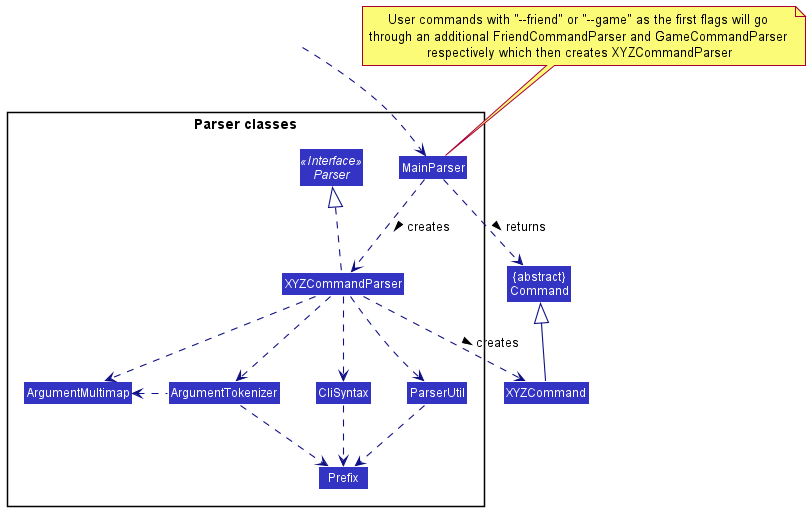
This is docs/images/ParserClasses.png from nus-cs2103-AY2122S1/tp, a PlantUML export, as it was before one commit.
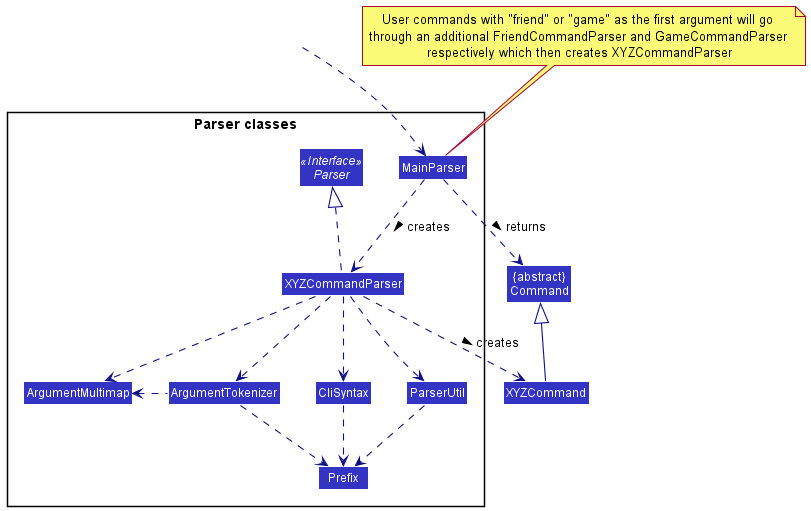
After the change.

What changed in the source:
```diff
@@ -25,7 +25,7 @@
 
 XYZCommandParser ..> XYZCommand : creates >
 MainParser ..> Command : returns >
-note top of MainParser: User commands with "~--friend" or "~--game" as the first flags will go \nthrough an additional FriendCommandParser and GameCommandParser \nrespectively which then creates XYZCommandParser
+note top of MainParser: User commands with "friend" or "game" as the first argument will go \nthrough an additional FriendCommandParser and GameCommandParser \nrespectively which then creates XYZCommandParser
 XYZCommandParser .up.|> Parser
 XYZCommandParser ..> ArgumentMultimap
 XYZCommandParser ..> ArgumentTokenizer
```
